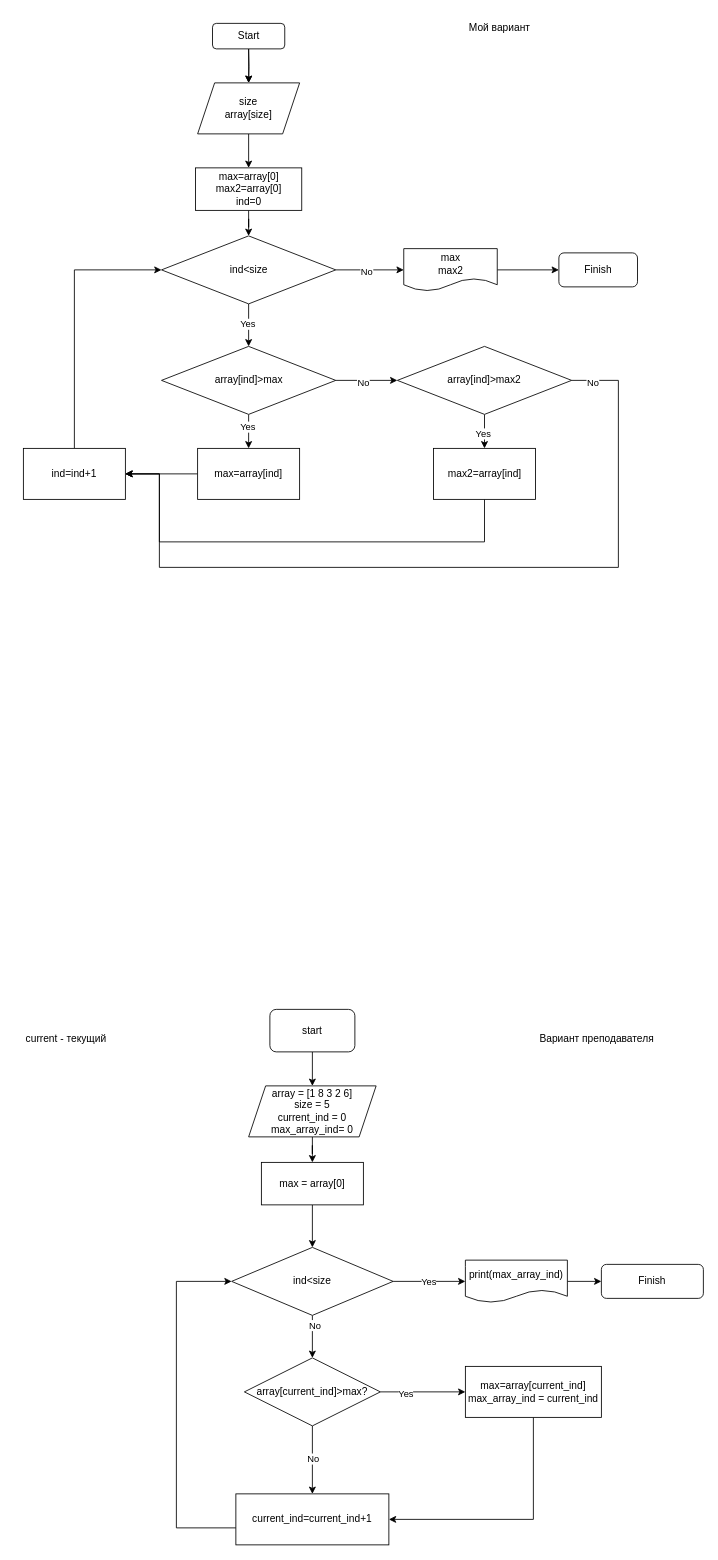
Before: page "Лекция3. Task1" (14 of 15) of Homework6/9/22.drawio in margobiyun/python, a draw.io diagram. Source tidied: cells renumbered, new cells numbered last; positions are measured from the earlier drawing's top-left corner, leaving out a move shared by most shapes. Both pictures are drawn from the tidied source at 85%, with x=0, y=0 at pixel (14, 14).
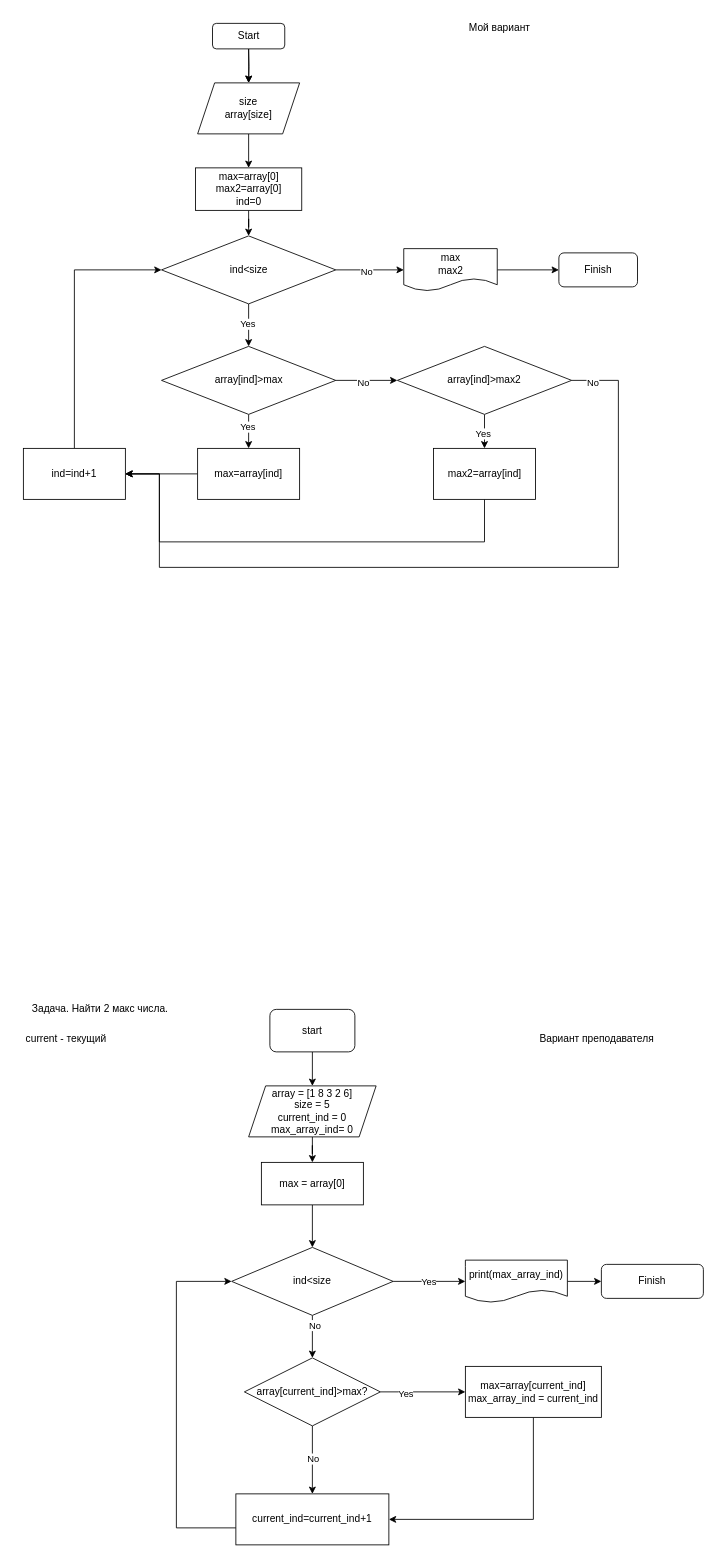
The same diagram, later.

Change to the diagram source:
```diff
@@
+    <mxCell id="59" value="Задача. Найти 2 макс числа." style="text;html=1;align=center;verticalAlign=middle;strokeColor=none;fillColor=none;" parent="1" vertex="1">
+      <mxGeometry x="5" y="1155" width="190" height="30" as="geometry" />
+    </mxCell>
```
